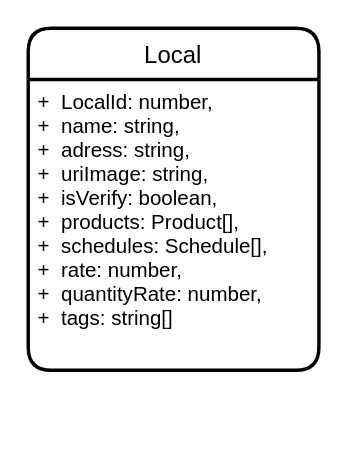
Before: page "Local" (3 of 5) of Documentation/Database.drawio in VictorVMHC/Located.API, a draw.io diagram. Source tidied: cells renumbered, new cells numbered last; positions are measured from the earlier drawing's top-left corner, leaving out a move shared by most shapes. Both pictures are drawn from the tidied source at 171%, with x=0, y=0 at pixel (27, 27).
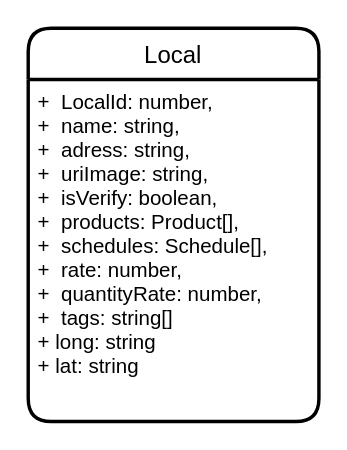
Above is the later version.

The edit, as a diff of the source:
```diff
@@
 <mxGraphModel>
   <root>
     <mxCell id="0" />
     <mxCell id="1" parent="0" />
     <mxCell id="2" value="Local" style="swimlane;horizontal=1;startSize=30;rounded=1;fontSize=14;fontStyle=0;strokeWidth=2;shadow=0;dashed=0;align=center;" parent="1" vertex="1">
-      <mxGeometry width="170" height="200" as="geometry" />
+      <mxGeometry width="170" height="230" as="geometry" />
     </mxCell>
-    <mxCell id="3" value="+  LocalId: number,&#10;+  name: string,&#10;+  adress: string,&#10;+  uriImage: string,&#10;+  isVerify: boolean,&#10;+  products: Product[],&#10;+  schedules: Schedule[],&#10;+  rate: number,&#10;+  quantityRate: number,&#10;+  tags: string[]" style="align=left;strokeColor=none;fillColor=none;spacingLeft=4;fontSize=12;verticalAlign=top;" parent="2" vertex="1">
-      <mxGeometry y="30" width="170" height="170" as="geometry" />
+    <mxCell id="3" value="+  LocalId: number,&#10;+  name: string,&#10;+  adress: string,&#10;+  uriImage: string,&#10;+  isVerify: boolean,&#10;+  products: Product[],&#10;+  schedules: Schedule[],&#10;+  rate: number,&#10;+  quantityRate: number,&#10;+  tags: string[]&#10;+ long: string&#10;+ lat: string" style="align=left;strokeColor=none;fillColor=none;spacingLeft=4;fontSize=12;verticalAlign=top;" parent="2" vertex="1">
+      <mxGeometry y="30" width="170" height="200" as="geometry" />
     </mxCell>
   </root>
 </mxGraphModel>
```
